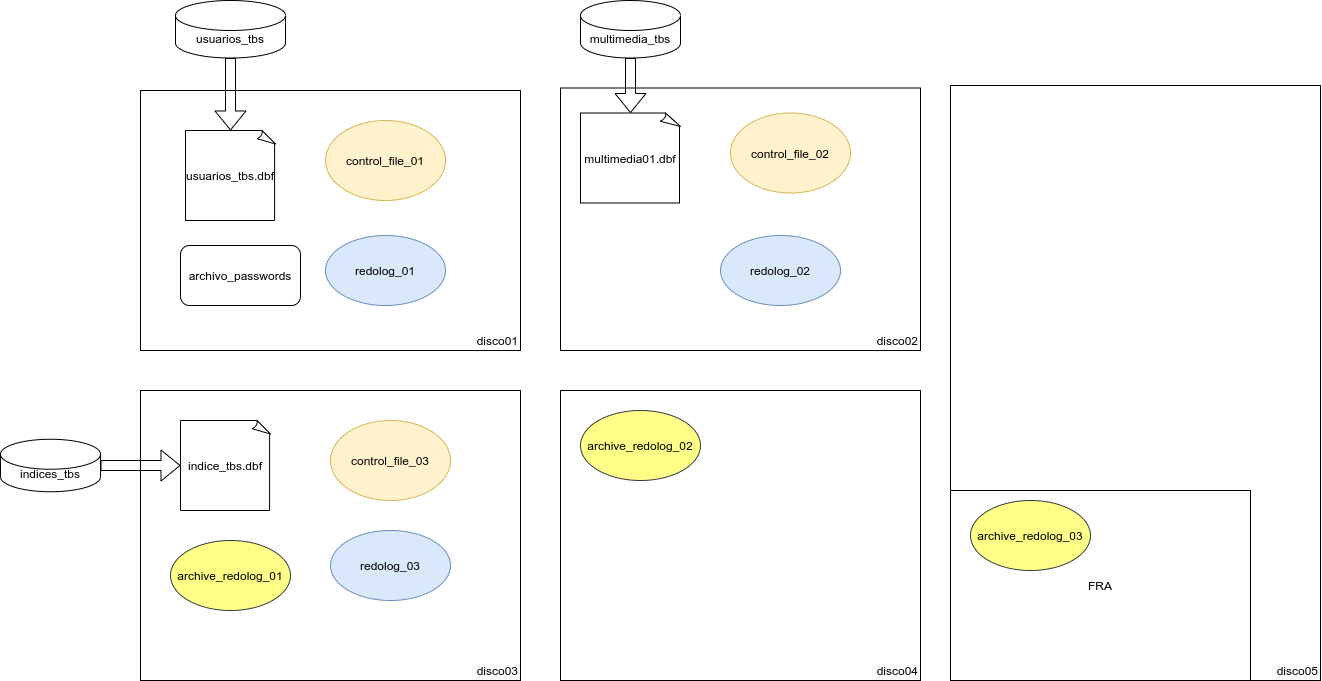
This is proyecto/arquitectura-bd-mediastream.png from rhofp/mediastream-dba-study-case, a draw.io export, as it was before one commit. Source tidied: cells renumbered, new cells last; positions are measured from the earlier drawing's top-left corner, leaving out a move shared by most shapes. The source it was exported from:
```xml
<mxGraphModel>
  <root>
    <mxCell id="0" />
    <mxCell id="1" parent="0" />
    <mxCell id="2" value="disco05" style="rounded=0;whiteSpace=wrap;html=1;align=right;verticalAlign=bottom;fillColor=none;" parent="1" vertex="1">
      <mxGeometry x="950" y="85" width="370" height="595" as="geometry" />
    </mxCell>
    <mxCell id="3" value="FRA" style="rounded=0;whiteSpace=wrap;html=1;fillColor=none;align=center;" parent="1" vertex="1">
      <mxGeometry x="950" y="490" width="300" height="190" as="geometry" />
    </mxCell>
    <mxCell id="4" value="disco02" style="rounded=0;whiteSpace=wrap;html=1;align=right;verticalAlign=bottom;fillColor=none;" parent="1" vertex="1">
      <mxGeometry x="560" y="87.5" width="360" height="262.5" as="geometry" />
    </mxCell>
    <mxCell id="5" value="disco03" style="rounded=0;whiteSpace=wrap;html=1;align=right;verticalAlign=bottom;fillColor=none;" parent="1" vertex="1">
      <mxGeometry x="140" y="390" width="380" height="290" as="geometry" />
    </mxCell>
    <mxCell id="6" value="disco01" style="rounded=0;whiteSpace=wrap;html=1;align=right;verticalAlign=bottom;fillColor=none;" parent="1" vertex="1">
      <mxGeometry x="140" y="90" width="380" height="260" as="geometry" />
    </mxCell>
    <mxCell id="7" style="edgeStyle=orthogonalEdgeStyle;shape=flexArrow;rounded=0;jettySize=auto;html=1;endArrow=block;endFill=1;strokeWidth=1;" parent="1" edge="1" source="8" target="9">
      <mxGeometry relative="1" as="geometry" />
    </mxCell>
    <mxCell id="8" value="multimedia_tbs" style="shape=cylinder3;whiteSpace=wrap;html=1;boundedLbl=1;backgroundOutline=1;size=15;" parent="1" vertex="1">
      <mxGeometry x="580" width="100" height="57.5" as="geometry" />
    </mxCell>
    <mxCell id="9" value="multimedia01.dbf" style="whiteSpace=wrap;html=1;shape=mxgraph.basic.document;" parent="1" vertex="1">
      <mxGeometry x="580" y="112.5" width="100" height="90" as="geometry" />
    </mxCell>
    <mxCell id="10" style="edgeStyle=orthogonalEdgeStyle;shape=flexArrow;rounded=0;jettySize=auto;html=1;exitX=0.5;exitY=1;exitDx=0;exitDy=0;exitPerimeter=0;endArrow=block;endFill=1;strokeWidth=1;" parent="1" edge="1" source="11" target="12">
      <mxGeometry relative="1" as="geometry" />
    </mxCell>
    <mxCell id="11" value="usuarios_tbs" style="shape=cylinder3;whiteSpace=wrap;html=1;boundedLbl=1;backgroundOutline=1;size=15;" parent="1" vertex="1">
      <mxGeometry x="175" width="110" height="57.5" as="geometry" />
    </mxCell>
    <mxCell id="12" value="usuarios_tbs.dbf" style="whiteSpace=wrap;html=1;shape=mxgraph.basic.document;" parent="1" vertex="1">
      <mxGeometry x="185" y="130" width="90" height="90" as="geometry" />
    </mxCell>
    <mxCell id="13" style="edgeStyle=orthogonalEdgeStyle;shape=flexArrow;rounded=0;jettySize=auto;html=1;exitX=1;exitY=0.5;exitDx=0;exitDy=0;exitPerimeter=0;endArrow=block;endFill=1;strokeWidth=1;" parent="1" edge="1" source="14" target="15">
      <mxGeometry relative="1" as="geometry" />
    </mxCell>
    <mxCell id="14" value="indices_tbs" style="shape=cylinder3;whiteSpace=wrap;html=1;boundedLbl=1;backgroundOutline=1;size=15;" parent="1" vertex="1">
      <mxGeometry y="438.8" width="100" height="52.5" as="geometry" />
    </mxCell>
    <mxCell id="15" value="indice_tbs.dbf" style="whiteSpace=wrap;html=1;shape=mxgraph.basic.document;" parent="1" vertex="1">
      <mxGeometry x="180" y="420" width="90" height="90" as="geometry" />
    </mxCell>
    <mxCell id="16" value="disco04" style="rounded=0;whiteSpace=wrap;html=1;align=right;verticalAlign=bottom;fillColor=none;" parent="1" vertex="1">
      <mxGeometry x="560" y="390" width="360" height="290" as="geometry" />
    </mxCell>
    <mxCell id="17" value="control_file_01" style="ellipse;whiteSpace=wrap;html=1;fillColor=#fff2cc;align=center;strokeColor=#d6b656;" parent="1" vertex="1">
      <mxGeometry x="325" y="120" width="120" height="80" as="geometry" />
    </mxCell>
    <mxCell id="18" value="control_file_02" style="ellipse;whiteSpace=wrap;html=1;fillColor=#fff2cc;align=center;strokeColor=#d6b656;" parent="1" vertex="1">
      <mxGeometry x="730" y="112.5" width="120" height="80" as="geometry" />
    </mxCell>
    <mxCell id="19" value="control_file_03" style="ellipse;whiteSpace=wrap;html=1;fillColor=#fff2cc;align=center;strokeColor=#d6b656;" parent="1" vertex="1">
      <mxGeometry x="330" y="420" width="120" height="80" as="geometry" />
    </mxCell>
    <mxCell id="20" value="redolog_01" style="ellipse;whiteSpace=wrap;html=1;fillColor=#dae8fc;align=center;strokeColor=#6c8ebf;" parent="1" vertex="1">
      <mxGeometry x="325" y="235" width="120" height="70" as="geometry" />
    </mxCell>
    <mxCell id="21" value="redolog_02" style="ellipse;whiteSpace=wrap;html=1;fillColor=#dae8fc;align=center;strokeColor=#6c8ebf;" parent="1" vertex="1">
      <mxGeometry x="720" y="235" width="120" height="70" as="geometry" />
    </mxCell>
    <mxCell id="22" value="redolog_03" style="ellipse;whiteSpace=wrap;html=1;fillColor=#dae8fc;align=center;strokeColor=#6c8ebf;" parent="1" vertex="1">
      <mxGeometry x="330" y="530" width="120" height="70" as="geometry" />
    </mxCell>
    <mxCell id="23" value="archive_redolog_01" style="ellipse;whiteSpace=wrap;html=1;fillColor=#ffff88;align=center;strokeColor=#36393d;" parent="1" vertex="1">
      <mxGeometry x="170" y="540" width="120" height="70" as="geometry" />
    </mxCell>
    <mxCell id="24" value="archive_redolog_02" style="ellipse;whiteSpace=wrap;html=1;fillColor=#ffff88;align=center;strokeColor=#36393d;" parent="1" vertex="1">
      <mxGeometry x="580" y="410" width="120" height="70" as="geometry" />
    </mxCell>
    <mxCell id="25" value="archive_redolog_03" style="ellipse;whiteSpace=wrap;html=1;fillColor=#ffff88;align=center;strokeColor=#36393d;" parent="1" vertex="1">
      <mxGeometry x="970" y="500" width="120" height="70" as="geometry" />
    </mxCell>
    <mxCell id="26" value="archivo_passwords" style="rounded=1;whiteSpace=wrap;html=1;fillColor=none;align=center;" parent="1" vertex="1">
      <mxGeometry x="180" y="245" width="120" height="60" as="geometry" />
    </mxCell>
  </root>
</mxGraphModel>
```
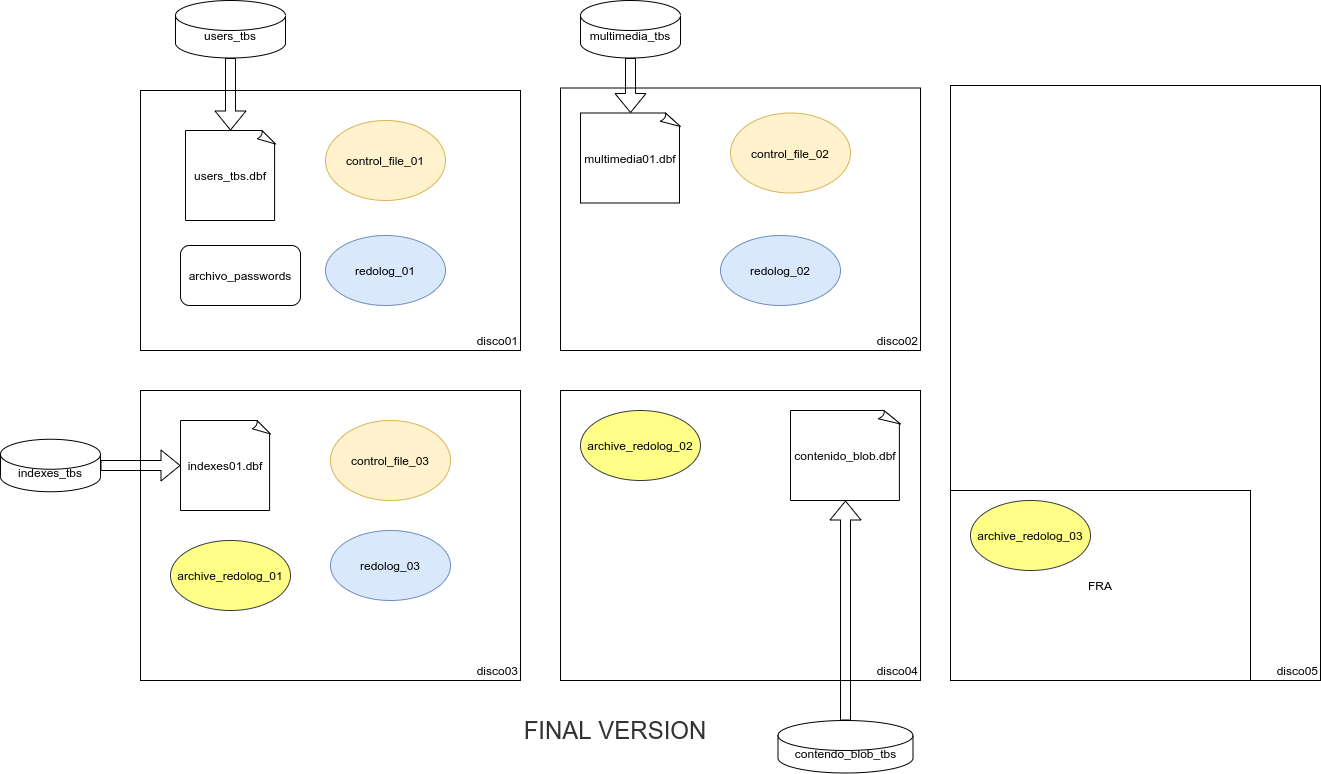
Later version of the same file.

Commit message:
Added version with tablepaces for indexes and blobs

The edit, as a diff of the source:
```diff
@@ -29,19 +29,19 @@
     <mxCell id="10" style="edgeStyle=orthogonalEdgeStyle;shape=flexArrow;rounded=0;jettySize=auto;html=1;exitX=0.5;exitY=1;exitDx=0;exitDy=0;exitPerimeter=0;endArrow=block;endFill=1;strokeWidth=1;" parent="1" edge="1" source="11" target="12">
       <mxGeometry relative="1" as="geometry" />
     </mxCell>
-    <mxCell id="11" value="usuarios_tbs" style="shape=cylinder3;whiteSpace=wrap;html=1;boundedLbl=1;backgroundOutline=1;size=15;" parent="1" vertex="1">
+    <mxCell id="11" value="users_tbs" style="shape=cylinder3;whiteSpace=wrap;html=1;boundedLbl=1;backgroundOutline=1;size=15;" parent="1" vertex="1">
       <mxGeometry x="175" width="110" height="57.5" as="geometry" />
     </mxCell>
-    <mxCell id="12" value="usuarios_tbs.dbf" style="whiteSpace=wrap;html=1;shape=mxgraph.basic.document;" parent="1" vertex="1">
+    <mxCell id="12" value="users_tbs.dbf" style="whiteSpace=wrap;html=1;shape=mxgraph.basic.document;" parent="1" vertex="1">
       <mxGeometry x="185" y="130" width="90" height="90" as="geometry" />
     </mxCell>
     <mxCell id="13" style="edgeStyle=orthogonalEdgeStyle;shape=flexArrow;rounded=0;jettySize=auto;html=1;exitX=1;exitY=0.5;exitDx=0;exitDy=0;exitPerimeter=0;endArrow=block;endFill=1;strokeWidth=1;" parent="1" edge="1" source="14" target="15">
       <mxGeometry relative="1" as="geometry" />
     </mxCell>
-    <mxCell id="14" value="indices_tbs" style="shape=cylinder3;whiteSpace=wrap;html=1;boundedLbl=1;backgroundOutline=1;size=15;" parent="1" vertex="1">
+    <mxCell id="14" value="indexes_tbs" style="shape=cylinder3;whiteSpace=wrap;html=1;boundedLbl=1;backgroundOutline=1;size=15;" parent="1" vertex="1">
       <mxGeometry y="438.8" width="100" height="52.5" as="geometry" />
     </mxCell>
-    <mxCell id="15" value="indice_tbs.dbf" style="whiteSpace=wrap;html=1;shape=mxgraph.basic.document;" parent="1" vertex="1">
+    <mxCell id="15" value="indexes01.dbf" style="whiteSpace=wrap;html=1;shape=mxgraph.basic.document;" parent="1" vertex="1">
       <mxGeometry x="180" y="420" width="90" height="90" as="geometry" />
     </mxCell>
     <mxCell id="16" value="disco04" style="rounded=0;whiteSpace=wrap;html=1;align=right;verticalAlign=bottom;fillColor=none;" parent="1" vertex="1">
@@ -77,5 +77,17 @@
     <mxCell id="26" value="archivo_passwords" style="rounded=1;whiteSpace=wrap;html=1;fillColor=none;align=center;" parent="1" vertex="1">
       <mxGeometry x="180" y="245" width="120" height="60" as="geometry" />
     </mxCell>
+    <mxCell id="27" value="FINAL VERSION" style="text;html=1;align=center;verticalAlign=middle;whiteSpace=wrap;rounded=0;fontColor=#333333;fontSize=24;" parent="1" vertex="1">
+      <mxGeometry x="480" y="720" width="270" height="20" as="geometry" />
+    </mxCell>
+    <mxCell id="28" value="contenido_blob.dbf" style="whiteSpace=wrap;html=1;shape=mxgraph.basic.document;" parent="1" vertex="1">
+      <mxGeometry x="790" y="410" width="110" height="90" as="geometry" />
+    </mxCell>
+    <mxCell id="29" style="edgeStyle=orthogonalEdgeStyle;rounded=0;jettySize=auto;html=1;entryX=0.5;entryY=1;entryDx=0;entryDy=0;entryPerimeter=0;endArrow=block;endFill=1;shape=flexArrow;" parent="1" edge="1" source="30" target="28">
+      <mxGeometry relative="1" as="geometry" />
+    </mxCell>
+    <mxCell id="30" value="contendo_blob_tbs" style="shape=cylinder3;whiteSpace=wrap;html=1;boundedLbl=1;backgroundOutline=1;size=15;" parent="1" vertex="1">
+      <mxGeometry x="777.5" y="720" width="135" height="52.5" as="geometry" />
+    </mxCell>
   </root>
 </mxGraphModel>
```
